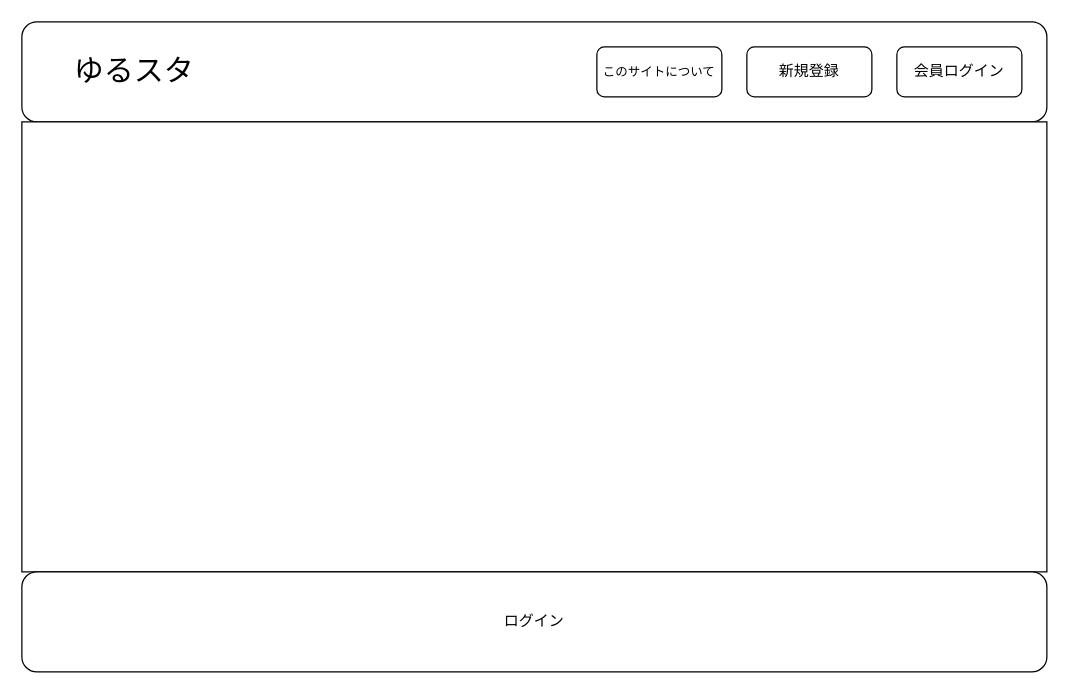
na-toyoshima/learning_management keeps this draw.io diagram as page "ログイン" (4 of 17) of ER.drawio. Above is the earlier version. Source tidied: cells renumbered, new cells numbered last; positions are measured from the earlier drawing's top-left corner, leaving out a move shared by most shapes. Both pictures are drawn from the tidied source at 125%, with x=0, y=0 at pixel (21, 21).
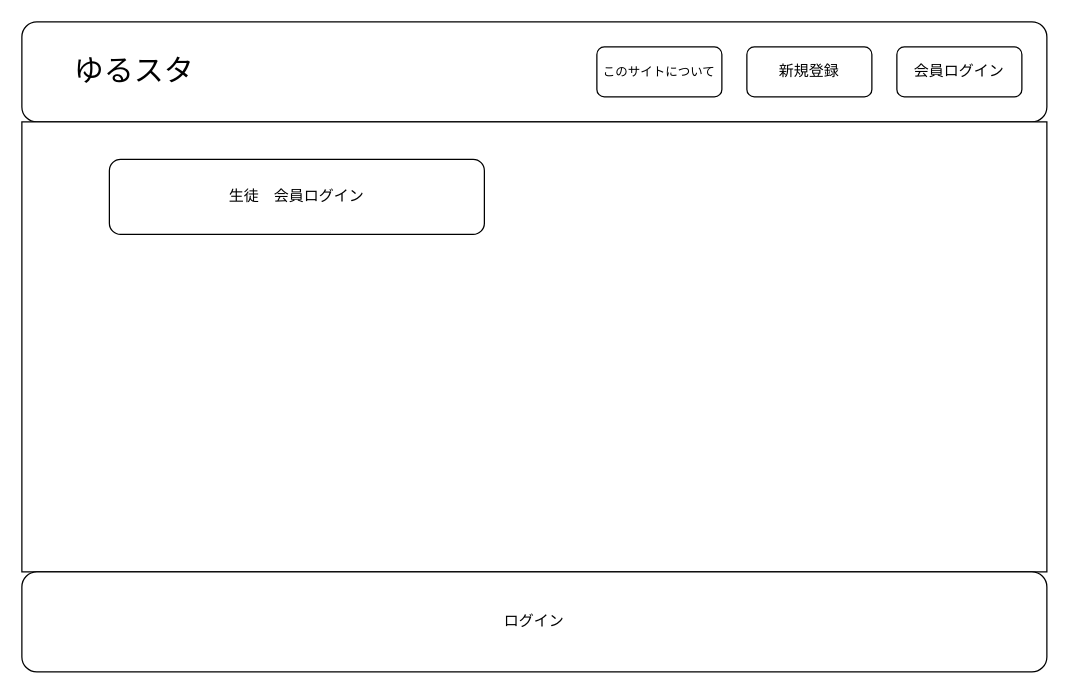
The same page after the edit.

The edit, as a diff of the source:
```diff
@@
 <mxGraphModel>
   <root>
     <mxCell id="0" />
     <mxCell id="1" parent="0" />
     <mxCell id="2" style="rounded=1;whiteSpace=wrap;html=1;" parent="1" vertex="1">
       <mxGeometry width="820" height="80" as="geometry" />
     </mxCell>
     <mxCell id="3" value="&lt;font style=&quot;font-size: 24px&quot;&gt;ゆるスタ&lt;/font&gt;" style="text;html=1;strokeColor=none;fillColor=none;align=center;verticalAlign=middle;whiteSpace=wrap;rounded=0;" parent="1" vertex="1">
       <mxGeometry y="15" width="180" height="50" as="geometry" />
     </mxCell>
     <mxCell id="4" value="&lt;font style=&quot;font-size: 10px&quot;&gt;このサイトについて&lt;/font&gt;" style="rounded=1;whiteSpace=wrap;html=1;" parent="1" vertex="1">
       <mxGeometry x="460" y="20" width="100" height="40" as="geometry" />
     </mxCell>
     <mxCell id="5" value="新規登録" style="rounded=1;whiteSpace=wrap;html=1;" parent="1" vertex="1">
       <mxGeometry x="580" y="20" width="100" height="40" as="geometry" />
     </mxCell>
     <mxCell id="6" value="会員ログイン" style="rounded=1;whiteSpace=wrap;html=1;" parent="1" vertex="1">
       <mxGeometry x="700" y="20" width="100" height="40" as="geometry" />
     </mxCell>
     <mxCell id="7" style="rounded=0;whiteSpace=wrap;html=1;" parent="1" vertex="1">
       <mxGeometry y="80" width="820" height="360" as="geometry" />
     </mxCell>
     <mxCell id="8" value="ログイン" style="rounded=1;whiteSpace=wrap;html=1;" parent="1" vertex="1">
       <mxGeometry y="440" width="820" height="80" as="geometry" />
     </mxCell>
+    <mxCell id="9" value="生徒　会員ログイン" style="rounded=1;whiteSpace=wrap;html=1;" parent="1" vertex="1">
+      <mxGeometry x="70" y="110" width="300" height="60" as="geometry" />
+    </mxCell>
   </root>
 </mxGraphModel>
```
